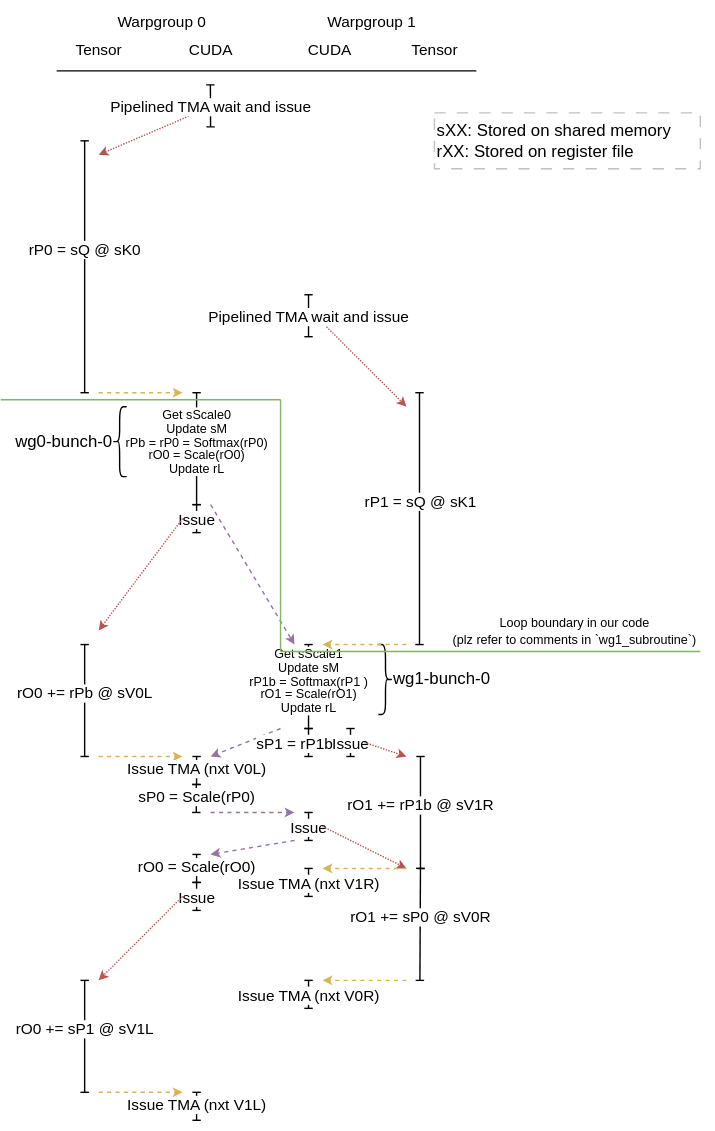
The draw.io diagram docs/assets/MLA Kernel Sched.drawio.svg in deepseek-ai/FlashMLA, before a commit. Source tidied: cells renumbered, new cells last; positions are measured from the earlier drawing's top-left corner, leaving out a move shared by most shapes.
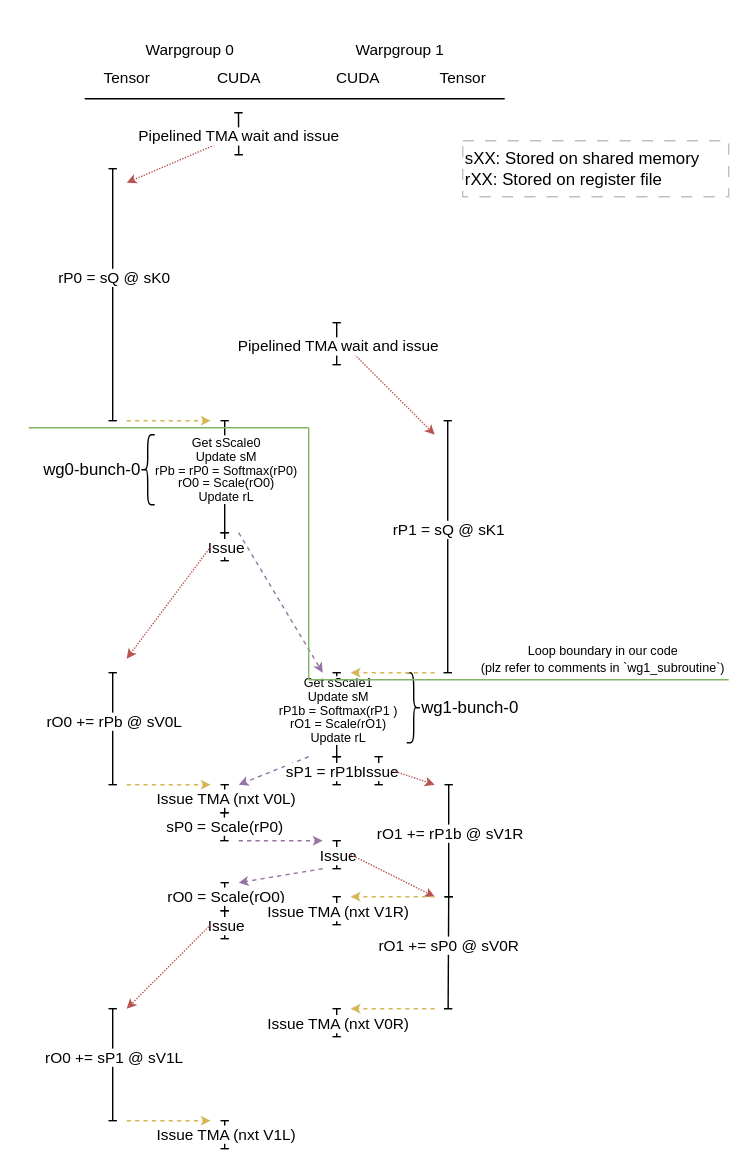
Later version of the same file.

Commit message:
Add background color for MLA Kernel Sched.drawio.svg

Diff of the diagram source:
```diff
@@ -1,7 +1,10 @@
-<mxGraphModel>
+<mxGraphModel background="#ffffff">
   <root>
     <mxCell id="0" />
     <mxCell id="1" parent="0" />
+    <mxCell id="76" style="rounded=0;whiteSpace=wrap;html=1;strokeColor=none;" parent="1" vertex="1">
+      <mxGeometry x="-20" y="-20" width="540" height="840" as="geometry" />
+    </mxCell>
     <mxCell id="2" style="endArrow=baseDash;html=1;rounded=0;jumpStyle=none;flowAnimation=0;shadow=0;sourcePerimeterSpacing=0;startSize=4;startArrow=baseDash;startFill=0;endFill=0;endSize=4;" parent="1" edge="1">
       <mxGeometry relative="1" as="geometry">
         <mxPoint x="60" y="280" as="sourcePoint" />
```
